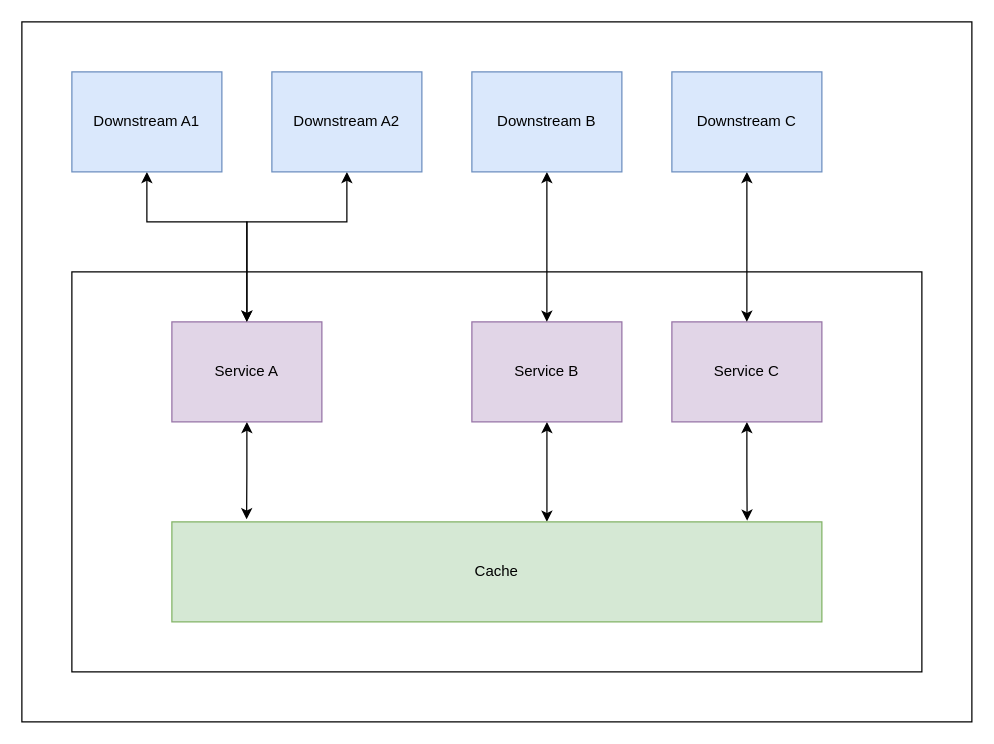
The draw.io diagram posts/event-driven-microservice-architecture/Untitled Diagram.drawio in alantanlc/blog, before the edit. Source tidied: cells renumbered, new cells numbered last; positions are measured from the earlier drawing's top-left corner, leaving out a move shared by most shapes. Both pictures are drawn from the tidied source at 125%, with x=0, y=0 at pixel (21, 21).
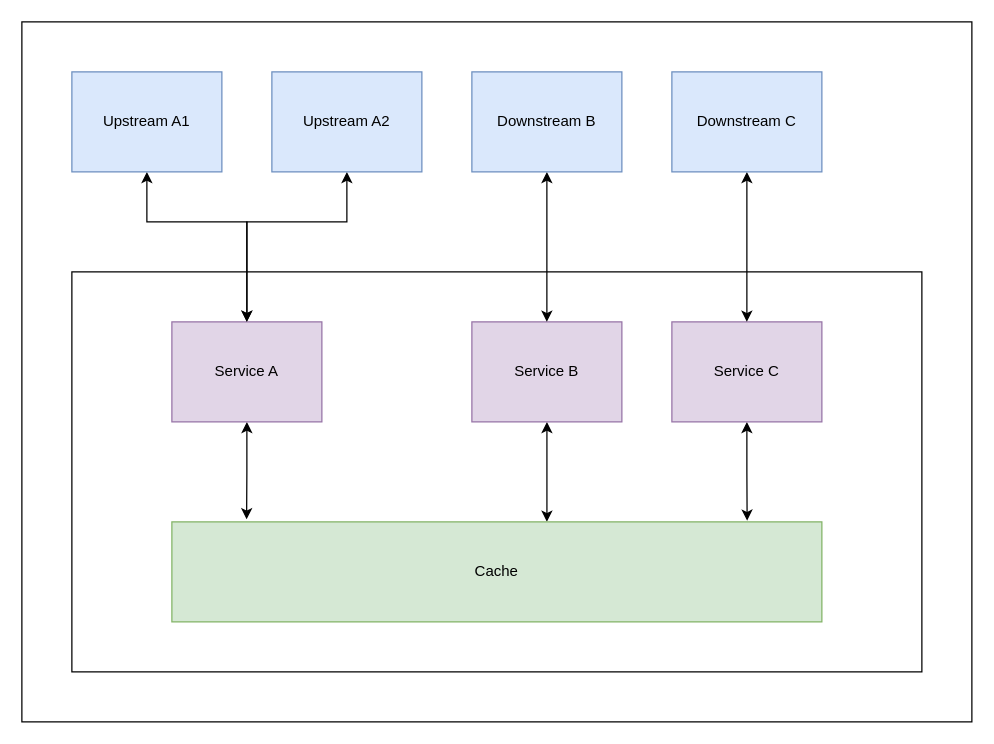
After the change.

What changed in the source:
```diff
@@
-    <mxCell id="16" value="Downstream A2&lt;br&gt;" style="rounded=0;whiteSpace=wrap;html=1;fillColor=#dae8fc;strokeColor=#6c8ebf;" parent="1" vertex="1">
+    <mxCell id="16" value="Upstream A2" style="rounded=0;whiteSpace=wrap;html=1;fillColor=#dae8fc;strokeColor=#6c8ebf;" parent="1" vertex="1">
       <mxGeometry x="200" y="40" width="120" height="80" as="geometry" />
     </mxCell>
@@
-    <mxCell id="18" value="Downstream A1&lt;br&gt;" style="rounded=0;whiteSpace=wrap;html=1;fillColor=#dae8fc;strokeColor=#6c8ebf;" parent="1" vertex="1">
+    <mxCell id="18" value="Upstream A1" style="rounded=0;whiteSpace=wrap;html=1;fillColor=#dae8fc;strokeColor=#6c8ebf;" parent="1" vertex="1">
       <mxGeometry x="40" y="40" width="120" height="80" as="geometry" />
     </mxCell>
```
